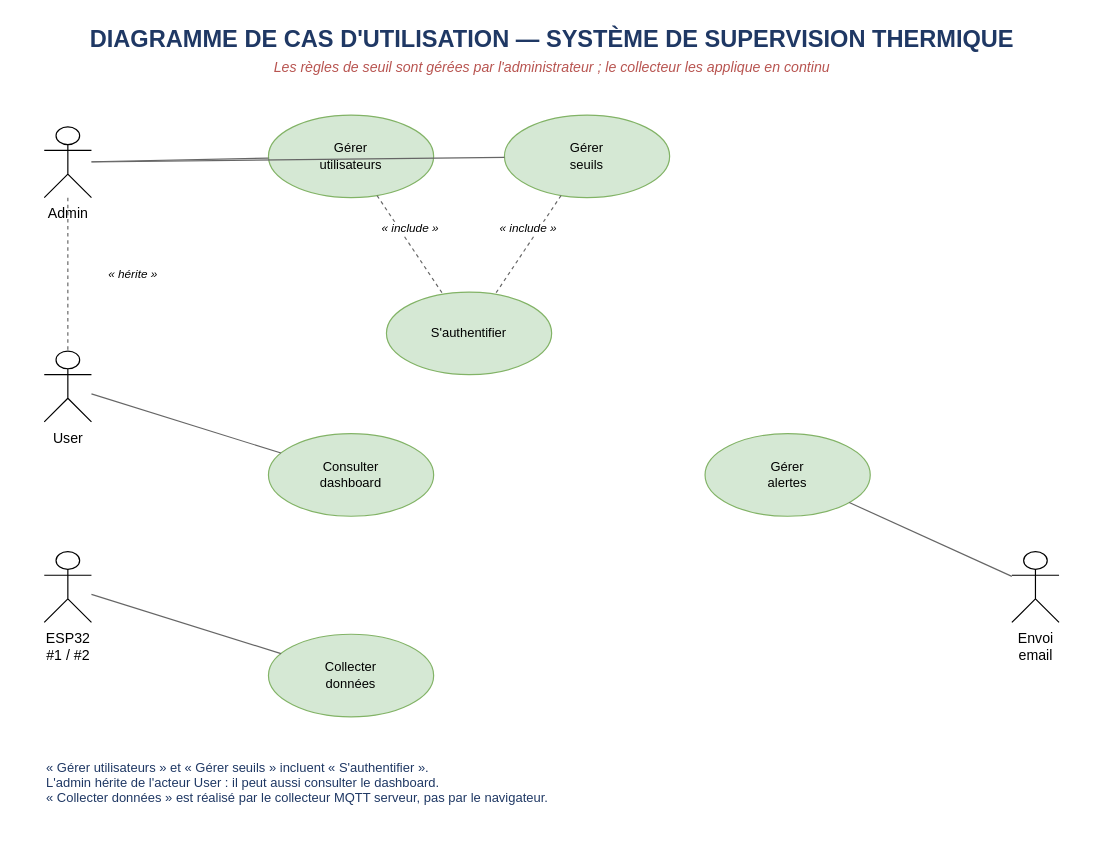
Earlier version of the draw.io diagram schemas/5.6-cas-utilisation.drawio (Traivox/supervision-thermique-bts). Source tidied: cells renumbered, new cells numbered last; positions are measured from the earlier drawing's top-left corner, leaving out a move shared by most shapes. Both pictures are drawn from the tidied source at 118%, with x=0, y=0 at pixel (20, 20).
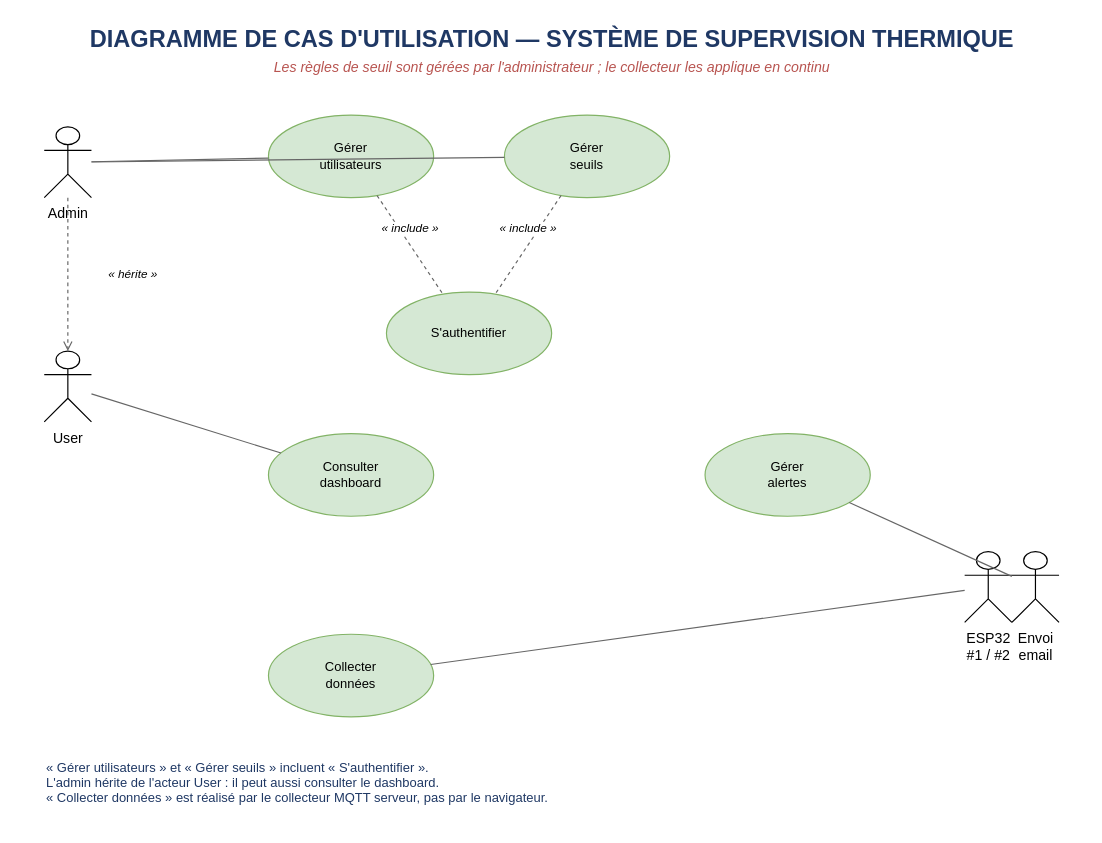
Above is the later version.

Commit message:
Corrections schéma 5.6 cas d'utilisation : ESP32 côté mail, flèche Admin→User en trait triangle

Unchanged cells that the change refers to:
```xml
<mxCell id="4" value="Admin" style="shape=umlActor;verticalLabelPosition=bottom;verticalAlign=top;html=1;outlineConnect=0;fontSize=12;" parent="1" vertex="1">
  <mxGeometry x="20" y="90" width="40" height="60" as="geometry" />
</mxCell>
<mxCell id="5" value="User" style="shape=umlActor;verticalLabelPosition=bottom;verticalAlign=top;html=1;outlineConnect=0;fontSize=12;" parent="1" vertex="1">
  <mxGeometry x="20" y="280" width="40" height="60" as="geometry" />
</mxCell>
```

The edit, as a diff of the source:
```diff
@@
     <mxCell id="6" value="ESP32&#10;#1 / #2" style="shape=umlActor;verticalLabelPosition=bottom;verticalAlign=top;html=1;outlineConnect=0;fontSize=12;" parent="1" vertex="1">
-      <mxGeometry x="20" y="450" width="40" height="60" as="geometry" />
+      <mxGeometry x="800" y="450" width="40" height="60" as="geometry" />
     </mxCell>
@@
-    <mxCell id="19" value="« hérite »" style="endArrow=none;html=1;dashed=1;fontSize=10;fontStyle=2;strokeColor=#666666;" parent="1" edge="1" source="4" target="5">
+    <mxCell id="19" value="« hérite »" style="endArrow=open;html=1;dashed=1;fontSize=10;fontStyle=2;strokeColor=#666666;" parent="1" edge="1" source="4" target="5">
       <mxGeometry relative="1" as="geometry">
         <mxPoint x="55" as="offset" />
       </mxGeometry>
     </mxCell>
```
